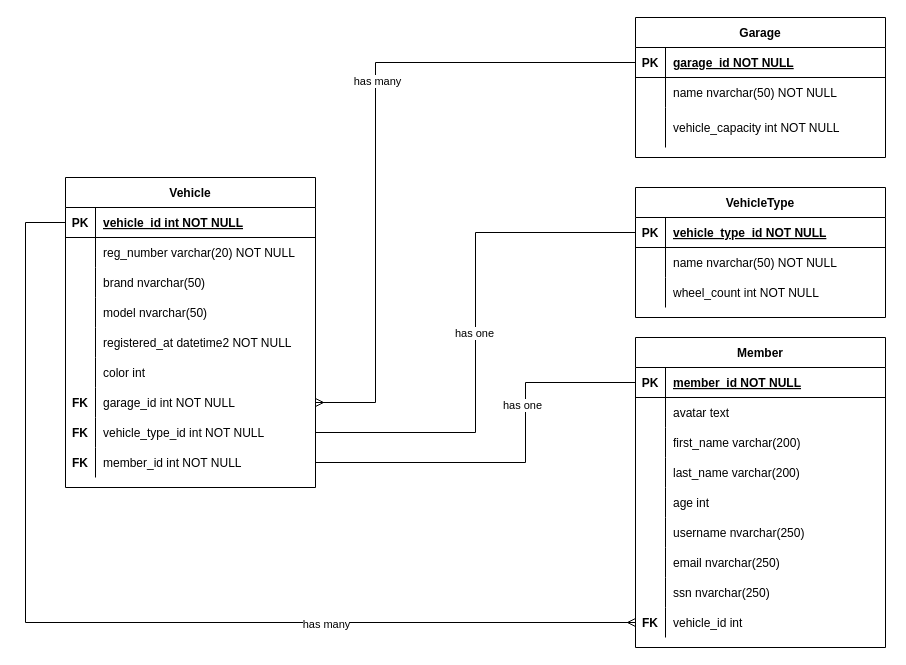
Earlier version of the draw.io diagram .docs/images/garage_3_0.drawio (Sunyam-Lexicon-2024/garage-2.0). Source tidied: cells renumbered, new cells numbered last; positions are measured from the earlier drawing's top-left corner, leaving out a move shared by most shapes. Both pictures are drawn from the tidied source at 100%, with x=0, y=0 at pixel (25, 17).
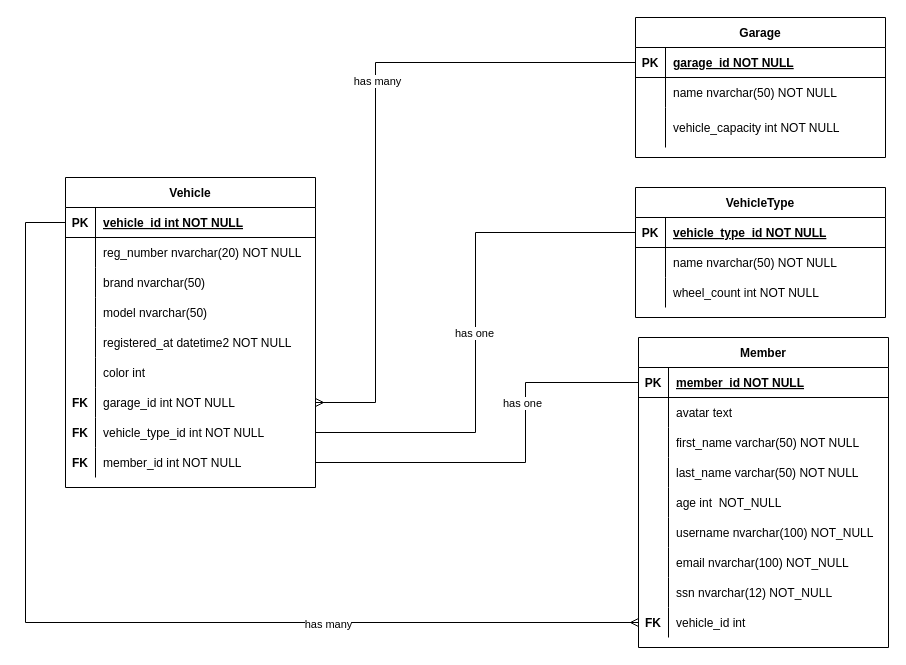
The same page after the edit.

The change refers to these unchanged cells:
```xml
<mxCell id="6" style="shape=partialRectangle;fillColor=none;top=0;left=0;right=0;bottom=0;" parent="2" vertex="1">
  <mxGeometry y="60" width="250" height="30" as="geometry" />
</mxCell>
<mxCell id="59" style="shape=partialRectangle;fillColor=none;top=0;left=0;right=0;bottom=0;" parent="52" vertex="1">
  <mxGeometry y="90" width="250" height="30" as="geometry" />
</mxCell>
<mxCell id="62" style="shape=partialRectangle;fillColor=none;top=0;left=0;right=0;bottom=0;" parent="52" vertex="1">
  <mxGeometry y="120" width="250" height="30" as="geometry" />
</mxCell>
<mxCell id="65" style="shape=partialRectangle;fillColor=none;top=0;left=0;right=0;bottom=0;" parent="52" vertex="1">
  <mxGeometry y="150" width="250" height="30" as="geometry" />
</mxCell>
<mxCell id="68" style="shape=partialRectangle;fillColor=none;top=0;left=0;right=0;bottom=0;" parent="52" vertex="1">
  <mxGeometry y="180" width="250" height="30" as="geometry" />
</mxCell>
<mxCell id="71" style="shape=partialRectangle;fillColor=none;top=0;left=0;right=0;bottom=0;" parent="52" vertex="1">
  <mxGeometry y="210" width="250" height="30" as="geometry" />
</mxCell>
<mxCell id="74" style="shape=partialRectangle;fillColor=none;top=0;left=0;right=0;bottom=0;" parent="52" vertex="1">
  <mxGeometry y="240" width="250" height="30" as="geometry" />
</mxCell>
```

Change to the diagram source:
```diff
@@
-    <mxCell id="8" value="reg_number varchar(20) NOT NULL" style="shape=partialRectangle;overflow=hidden;fillColor=none;top=0;left=0;bottom=0;right=0;align=left;spacingLeft=6;" parent="6" vertex="1">
+    <mxCell id="8" value="reg_number nvarchar(20) NOT NULL" style="shape=partialRectangle;overflow=hidden;fillColor=none;top=0;left=0;bottom=0;right=0;align=left;spacingLeft=6;" parent="6" vertex="1">
       <mxGeometry x="30" width="220" height="30" as="geometry" />
     </mxCell>
@@
     <mxCell id="52" value="Member" style="shape=table;startSize=30;childLayout=tableLayout;rowLines=0;fontStyle=1;align=center;" parent="1" vertex="1">
-      <mxGeometry x="610" y="320" width="250" height="310" as="geometry" />
+      <mxGeometry x="613" y="320" width="250" height="310" as="geometry" />
     </mxCell>
@@
-    <mxCell id="61" value="first_name varchar(200)" style="shape=partialRectangle;overflow=hidden;fillColor=none;top=0;left=0;bottom=0;right=0;align=left;spacingLeft=6;" parent="59" vertex="1">
+    <mxCell id="61" value="first_name varchar(50) NOT NULL" style="shape=partialRectangle;overflow=hidden;fillColor=none;top=0;left=0;bottom=0;right=0;align=left;spacingLeft=6;" parent="59" vertex="1">
       <mxGeometry x="30" width="220" height="30" as="geometry" />
     </mxCell>
@@
-    <mxCell id="64" value="last_name varchar(200)" style="shape=partialRectangle;overflow=hidden;fillColor=none;top=0;left=0;bottom=0;right=0;align=left;spacingLeft=6;" parent="62" vertex="1">
+    <mxCell id="64" value="last_name varchar(50) NOT NULL" style="shape=partialRectangle;overflow=hidden;fillColor=none;top=0;left=0;bottom=0;right=0;align=left;spacingLeft=6;" parent="62" vertex="1">
       <mxGeometry x="30" width="220" height="30" as="geometry" />
     </mxCell>
@@
-    <mxCell id="67" value="age int " style="shape=partialRectangle;overflow=hidden;fillColor=none;top=0;left=0;bottom=0;right=0;align=left;spacingLeft=6;" parent="65" vertex="1">
+    <mxCell id="67" value="age int  NOT_NULL" style="shape=partialRectangle;overflow=hidden;fillColor=none;top=0;left=0;bottom=0;right=0;align=left;spacingLeft=6;" parent="65" vertex="1">
       <mxGeometry x="30" width="220" height="30" as="geometry" />
     </mxCell>
@@
-    <mxCell id="70" value="username nvarchar(250)" style="shape=partialRectangle;overflow=hidden;fillColor=none;top=0;left=0;bottom=0;right=0;align=left;spacingLeft=6;" parent="68" vertex="1">
+    <mxCell id="70" value="username nvarchar(100) NOT_NULL" style="shape=partialRectangle;overflow=hidden;fillColor=none;top=0;left=0;bottom=0;right=0;align=left;spacingLeft=6;" parent="68" vertex="1">
       <mxGeometry x="30" width="220" height="30" as="geometry" />
     </mxCell>
@@
-    <mxCell id="73" value="email nvarchar(250)" style="shape=partialRectangle;overflow=hidden;fillColor=none;top=0;left=0;bottom=0;right=0;align=left;spacingLeft=6;" parent="71" vertex="1">
+    <mxCell id="73" value="email nvarchar(100) NOT_NULL" style="shape=partialRectangle;overflow=hidden;fillColor=none;top=0;left=0;bottom=0;right=0;align=left;spacingLeft=6;" parent="71" vertex="1">
       <mxGeometry x="30" width="220" height="30" as="geometry" />
     </mxCell>
@@
-    <mxCell id="76" value="ssn nvarchar(250)" style="shape=partialRectangle;overflow=hidden;fillColor=none;top=0;left=0;bottom=0;right=0;align=left;spacingLeft=6;" parent="74" vertex="1">
+    <mxCell id="76" value="ssn nvarchar(12) NOT_NULL" style="shape=partialRectangle;overflow=hidden;fillColor=none;top=0;left=0;bottom=0;right=0;align=left;spacingLeft=6;" parent="74" vertex="1">
       <mxGeometry x="30" width="220" height="30" as="geometry" />
     </mxCell>
```
